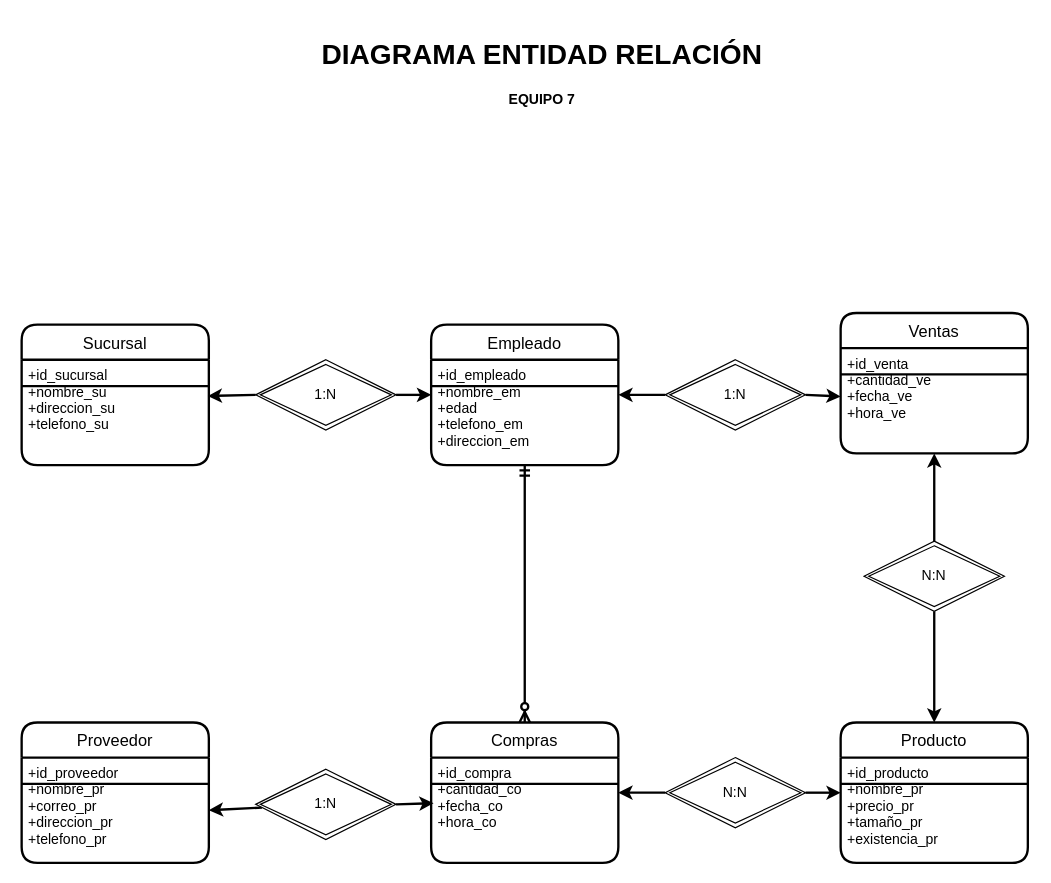
This is Diagrama Entidad-Relacion (1) (1).drawio from cato97/hello-world, a draw.io file, before an edit. Source tidied: cells renumbered, new cells numbered last; positions are measured from the earlier drawing's top-left corner, leaving out a move shared by most shapes. Both pictures are drawn from the tidied source at 117%, with x=0, y=0 at pixel (21, 32).
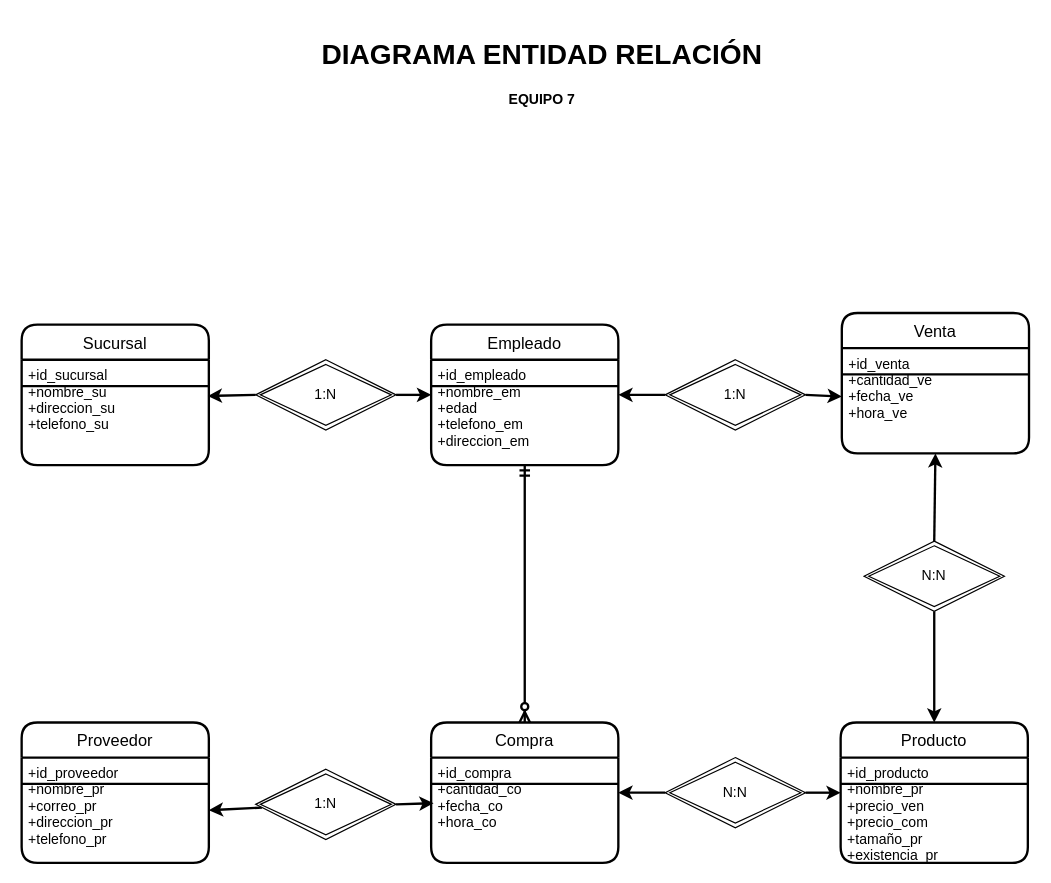
The same page after the edit.

The change refers to these unchanged cells:
```xml
<mxCell id="32" value="Producto" style="swimlane;horizontal=1;startSize=30;rounded=1;fontSize=14;fontStyle=0;strokeWidth=2;shadow=0;dashed=0;align=center;" parent="1" vertex="1">
  <mxGeometry x="700" y="590" width="160" height="120" as="geometry" />
</mxCell>
```

What changed in the source:
```diff
@@
-    <mxCell id="6" value="Compras" style="swimlane;horizontal=1;startSize=30;rounded=1;fontSize=14;fontStyle=0;strokeWidth=2;shadow=0;dashed=0;align=center;" parent="1" vertex="1">
+    <mxCell id="6" value="Compra" style="swimlane;horizontal=1;startSize=30;rounded=1;fontSize=14;fontStyle=0;strokeWidth=2;shadow=0;dashed=0;align=center;" parent="1" vertex="1">
       <mxGeometry x="350" y="590" width="160" height="120" as="geometry" />
     </mxCell>
@@
-    <mxCell id="33" value="+id_producto&#10;+nombre_pr&#10;+precio_pr&#10;+tamaño_pr&#10;+existencia_pr" style="align=left;strokeColor=none;fillColor=none;spacingLeft=4;fontSize=12;verticalAlign=top;" parent="32" vertex="1">
+    <mxCell id="33" value="+id_producto&#10;+nombre_pr&#10;+precio_ven&#10;+precio_com&#10;+tamaño_pr&#10;+existencia_pr" style="align=left;strokeColor=none;fillColor=none;spacingLeft=4;fontSize=12;verticalAlign=top;" parent="32" vertex="1">
       <mxGeometry y="30" width="160" height="90" as="geometry" />
     </mxCell>
@@
-    <mxCell id="35" value="Ventas" style="swimlane;horizontal=1;startSize=30;rounded=1;fontSize=14;fontStyle=0;strokeWidth=2;shadow=0;dashed=0;align=center;" parent="1" vertex="1">
-      <mxGeometry x="700" y="240" width="160" height="120" as="geometry" />
+    <mxCell id="35" value="Venta" style="swimlane;horizontal=1;startSize=30;rounded=1;fontSize=14;fontStyle=0;strokeWidth=2;shadow=0;dashed=0;align=center;" parent="1" vertex="1">
+      <mxGeometry x="701" y="240" width="160" height="120" as="geometry" />
     </mxCell>
```
